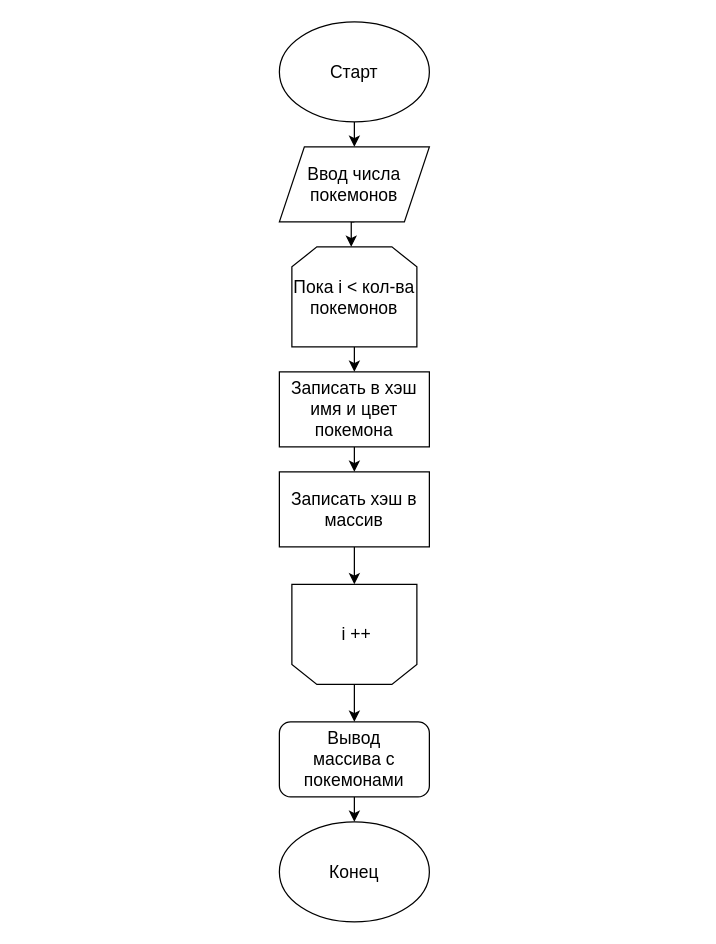
Above: homework-2/pokemons.drawio in Tr1kste/cdg-ruby (draw.io), before the change. Source tidied: cells renumbered, new cells numbered last; positions are measured from the earlier drawing's top-left corner, leaving out a move shared by most shapes. Both pictures are drawn from the tidied source at 125%, with x=0, y=0 at pixel (279, 21).
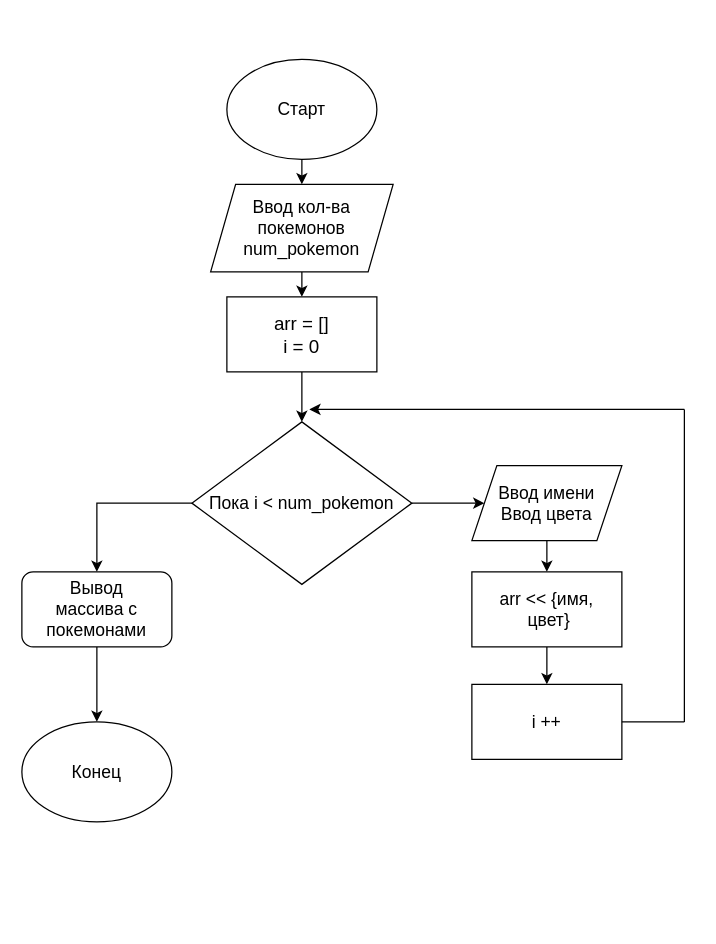
The same diagram, later.

Commit message:
update flowchart pokemons

What changed in the source:
```diff
@@
     <mxCell id="2" style="edgeStyle=orthogonalEdgeStyle;rounded=0;jettySize=auto;html=1;exitX=0.5;exitY=1;exitDx=0;exitDy=0;entryX=0.5;entryY=0;entryDx=0;entryDy=0;" parent="1" edge="1" target="4">
       <mxGeometry relative="1" as="geometry">
-        <mxPoint x="60" y="80" as="sourcePoint" />
+        <mxPoint x="18" y="110" as="sourcePoint" />
       </mxGeometry>
     </mxCell>
-    <mxCell id="3" style="edgeStyle=orthogonalEdgeStyle;rounded=0;jettySize=auto;html=1;exitX=0.5;exitY=1;exitDx=0;exitDy=0;entryX=0.5;entryY=0;entryDx=0;entryDy=0;fontSize=14;" parent="1" edge="1" source="4">
-      <mxGeometry relative="1" as="geometry">
-        <mxPoint x="57.5" y="180" as="targetPoint" />
-      </mxGeometry>
-    </mxCell>
+    <mxCell id="17" style="edgeStyle=orthogonalEdgeStyle;rounded=0;jettySize=auto;html=1;exitX=0.5;exitY=1;exitDx=0;exitDy=0;entryX=0.5;entryY=0;entryDx=0;entryDy=0;fontSize=15;" parent="1" edge="1" source="4" target="19">
+      <mxGeometry relative="1" as="geometry" />
+    </mxCell>
-    <mxCell id="4" value="Ввод числа&lt;br&gt;покемонов" style="shape=parallelogram;perimeter=parallelogramPerimeter;whiteSpace=wrap;html=1;fixedSize=1;fontSize=14;" parent="1" vertex="1">
-      <mxGeometry y="100" width="120" height="60" as="geometry" />
+    <mxCell id="4" value="Ввод кол-ва&lt;br&gt;покемонов&lt;br&gt;num_pokemon" style="shape=parallelogram;perimeter=parallelogramPerimeter;whiteSpace=wrap;html=1;fixedSize=1;fontSize=14;" parent="1" vertex="1">
+      <mxGeometry x="-55" y="130" width="146" height="70" as="geometry" />
     </mxCell>
@@
     <mxCell id="6" value="Вывод &lt;br&gt;массива с покемонами" style="rounded=1;whiteSpace=wrap;html=1;fontSize=14;" parent="1" vertex="1">
-      <mxGeometry y="560" width="120" height="60" as="geometry" />
+      <mxGeometry x="-206" y="440" width="120" height="60" as="geometry" />
     </mxCell>
     <mxCell id="7" value="Старт" style="ellipse;whiteSpace=wrap;html=1;fontSize=14;" parent="1" vertex="1">
-      <mxGeometry width="120" height="80" as="geometry" />
+      <mxGeometry x="-42" y="30" width="120" height="80" as="geometry" />
     </mxCell>
     <mxCell id="8" value="Конец" style="ellipse;whiteSpace=wrap;html=1;fontSize=14;" parent="1" vertex="1">
-      <mxGeometry y="640" width="120" height="80" as="geometry" />
+      <mxGeometry x="-206" y="560" width="120" height="80" as="geometry" />
     </mxCell>
-    <mxCell id="9" style="edgeStyle=orthogonalEdgeStyle;rounded=0;jettySize=auto;html=1;exitX=0.5;exitY=1;exitDx=0;exitDy=0;entryX=0.5;entryY=0;entryDx=0;entryDy=0;fontSize=14;" parent="1" edge="1" source="10" target="14">
-      <mxGeometry relative="1" as="geometry" />
-    </mxCell>
-    <mxCell id="10" value="Пока i &amp;lt; кол-ва&lt;br style=&quot;font-size: 14px;&quot;&gt;покемонов" style="shape=loopLimit;whiteSpace=wrap;html=1;fontSize=14;" parent="1" vertex="1">
-      <mxGeometry x="10" y="180" width="100" height="80" as="geometry" />
-    </mxCell>
-    <mxCell id="11" style="edgeStyle=orthogonalEdgeStyle;rounded=0;jettySize=auto;html=1;exitX=0.5;exitY=0;exitDx=0;exitDy=0;fontSize=14;" parent="1" edge="1" source="12" target="6">
-      <mxGeometry relative="1" as="geometry" />
-    </mxCell>
+    <mxCell id="18" style="edgeStyle=orthogonalEdgeStyle;rounded=0;jettySize=auto;html=1;exitX=0.5;exitY=1;exitDx=0;exitDy=0;entryX=0.5;entryY=0;entryDx=0;entryDy=0;fontSize=14;" parent="1" edge="1" source="19" target="22">
+      <mxGeometry relative="1" as="geometry" />
+    </mxCell>
+    <mxCell id="19" value="arr = []&lt;br style=&quot;font-size: 15px;&quot;&gt;i = 0" style="rounded=0;whiteSpace=wrap;html=1;fontSize=15;" parent="1" vertex="1">
+      <mxGeometry x="-42" y="220" width="120" height="60" as="geometry" />
+    </mxCell>
+    <mxCell id="20" style="edgeStyle=orthogonalEdgeStyle;rounded=0;jettySize=auto;html=1;exitX=1;exitY=0.5;exitDx=0;exitDy=0;entryX=0;entryY=0.5;entryDx=0;entryDy=0;fontSize=14;" parent="1" edge="1" source="22" target="24">
+      <mxGeometry relative="1" as="geometry" />
+    </mxCell>
+    <mxCell id="21" style="edgeStyle=orthogonalEdgeStyle;rounded=0;jettySize=auto;html=1;exitX=0;exitY=0.5;exitDx=0;exitDy=0;entryX=0.5;entryY=0;entryDx=0;entryDy=0;fontSize=14;" parent="1" edge="1" source="22" target="6">
+      <mxGeometry relative="1" as="geometry" />
+    </mxCell>
+    <mxCell id="22" value="Пока i &amp;lt; num_pokemon" style="rhombus;whiteSpace=wrap;html=1;fontSize=14;" parent="1" vertex="1">
+      <mxGeometry x="-70" y="320" width="176" height="130" as="geometry" />
+    </mxCell>
+    <mxCell id="23" style="edgeStyle=orthogonalEdgeStyle;rounded=0;jettySize=auto;html=1;exitX=0.5;exitY=1;exitDx=0;exitDy=0;entryX=0.5;entryY=0;entryDx=0;entryDy=0;fontSize=14;" parent="1" edge="1" source="24" target="26">
+      <mxGeometry relative="1" as="geometry" />
+    </mxCell>
+    <mxCell id="24" value="Ввод имени&lt;br&gt;Ввод цвета" style="shape=parallelogram;perimeter=parallelogramPerimeter;whiteSpace=wrap;html=1;fixedSize=1;fontSize=14;" parent="1" vertex="1">
+      <mxGeometry x="154" y="355" width="120" height="60" as="geometry" />
+    </mxCell>
+    <mxCell id="25" style="edgeStyle=orthogonalEdgeStyle;rounded=0;jettySize=auto;html=1;exitX=0.5;exitY=1;exitDx=0;exitDy=0;entryX=0.5;entryY=0;entryDx=0;entryDy=0;fontSize=14;" parent="1" edge="1" source="26" target="12">
+      <mxGeometry relative="1" as="geometry" />
+    </mxCell>
+    <mxCell id="26" value="arr &amp;lt;&amp;lt; {имя,&lt;br&gt;&amp;nbsp;цвет}" style="rounded=0;whiteSpace=wrap;html=1;fontSize=14;" parent="1" vertex="1">
+      <mxGeometry x="154" y="440" width="120" height="60" as="geometry" />
+    </mxCell>
-    <mxCell id="12" value="&amp;nbsp;i ++" style="shape=loopLimit;whiteSpace=wrap;html=1;rounded=0;direction=west;fontSize=14;" parent="1" vertex="1">
-      <mxGeometry x="10" y="450" width="100" height="80" as="geometry" />
+    <mxCell id="12" value="i ++" style="rounded=0;whiteSpace=wrap;html=1;fontSize=14;" parent="1" vertex="1">
+      <mxGeometry x="154" y="530" width="120" height="60" as="geometry" />
     </mxCell>
-    <mxCell id="13" style="edgeStyle=orthogonalEdgeStyle;rounded=0;jettySize=auto;html=1;exitX=0.5;exitY=1;exitDx=0;exitDy=0;entryX=0.5;entryY=0;entryDx=0;entryDy=0;fontSize=14;" parent="1" edge="1" source="14" target="16">
-      <mxGeometry relative="1" as="geometry" />
-    </mxCell>
-    <mxCell id="14" value="Записать в хэш имя и цвет покемона" style="rounded=0;whiteSpace=wrap;html=1;fontSize=14;" parent="1" vertex="1">
-      <mxGeometry y="280" width="120" height="60" as="geometry" />
-    </mxCell>
-    <mxCell id="15" style="edgeStyle=orthogonalEdgeStyle;rounded=0;jettySize=auto;html=1;entryX=0.5;entryY=1;entryDx=0;entryDy=0;fontSize=14;" parent="1" edge="1" source="16" target="12">
-      <mxGeometry relative="1" as="geometry" />
-    </mxCell>
-    <mxCell id="16" value="Записать хэш в массив" style="rounded=0;whiteSpace=wrap;html=1;fontSize=14;" parent="1" vertex="1">
-      <mxGeometry y="360" width="120" height="60" as="geometry" />
-    </mxCell>
+    <mxCell id="27" style="endArrow=none;html=1;rounded=0;fontSize=14;exitX=1;exitY=0.5;exitDx=0;exitDy=0;" parent="1" edge="1" source="12">
+      <mxGeometry relative="1" as="geometry">
+        <mxPoint x="324" y="560" as="targetPoint" />
+      </mxGeometry>
+    </mxCell>
+    <mxCell id="28" style="endArrow=none;html=1;rounded=0;fontSize=14;" parent="1" edge="1">
+      <mxGeometry relative="1" as="geometry">
+        <mxPoint x="324" y="560" as="sourcePoint" />
+        <mxPoint x="324" y="310" as="targetPoint" />
+      </mxGeometry>
+    </mxCell>
+    <mxCell id="29" style="endArrow=classic;html=1;rounded=0;fontSize=14;" parent="1" edge="1">
+      <mxGeometry relative="1" as="geometry">
+        <mxPoint x="324" y="310" as="sourcePoint" />
+        <mxPoint x="24" y="310" as="targetPoint" />
+      </mxGeometry>
+    </mxCell>
```
